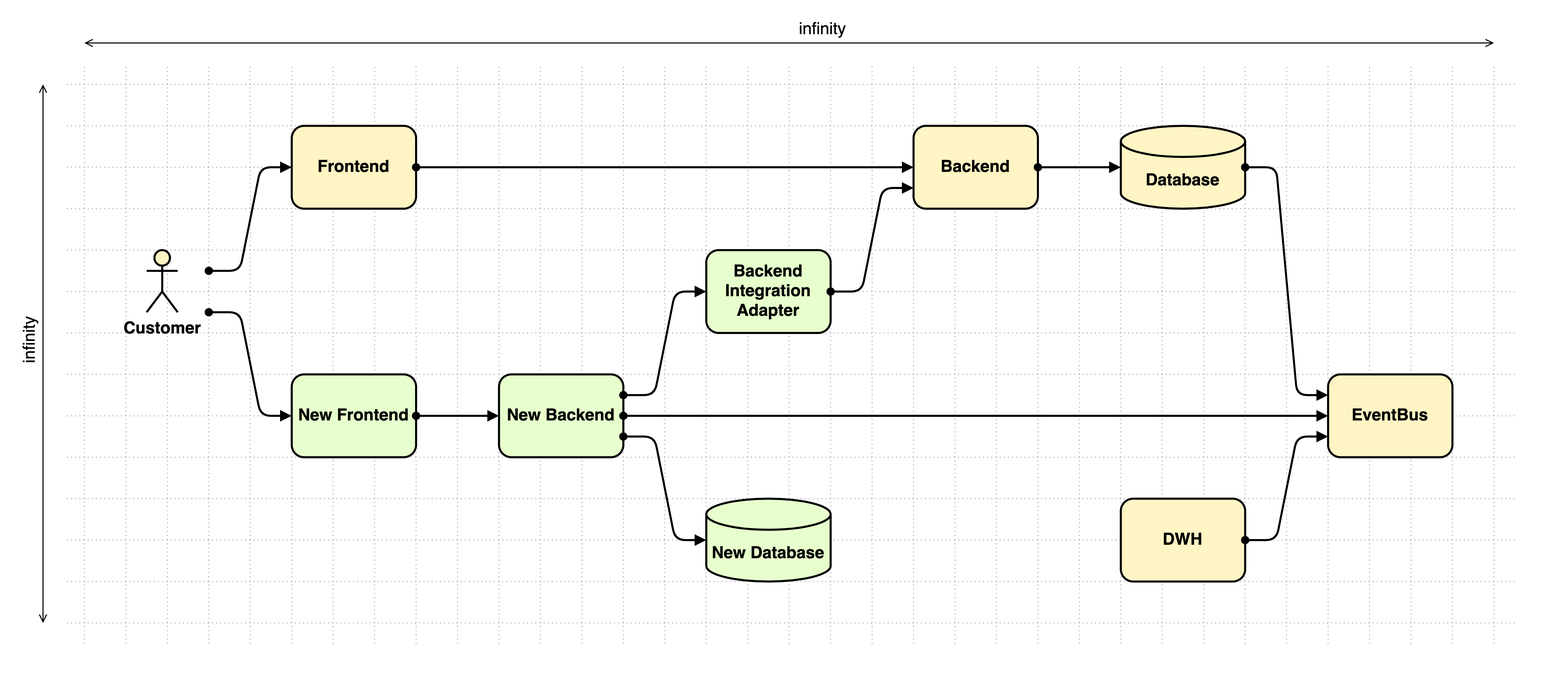
martinleggewie/visual-tips-for-creating-schematic-diagrams keeps this draw.io diagram as diagrams/canvas-guideline_infinite-space_9.png. Above is the earlier version. Source tidied: cells renumbered, new cells last; positions are measured from the earlier drawing's top-left corner, leaving out a move shared by most shapes.
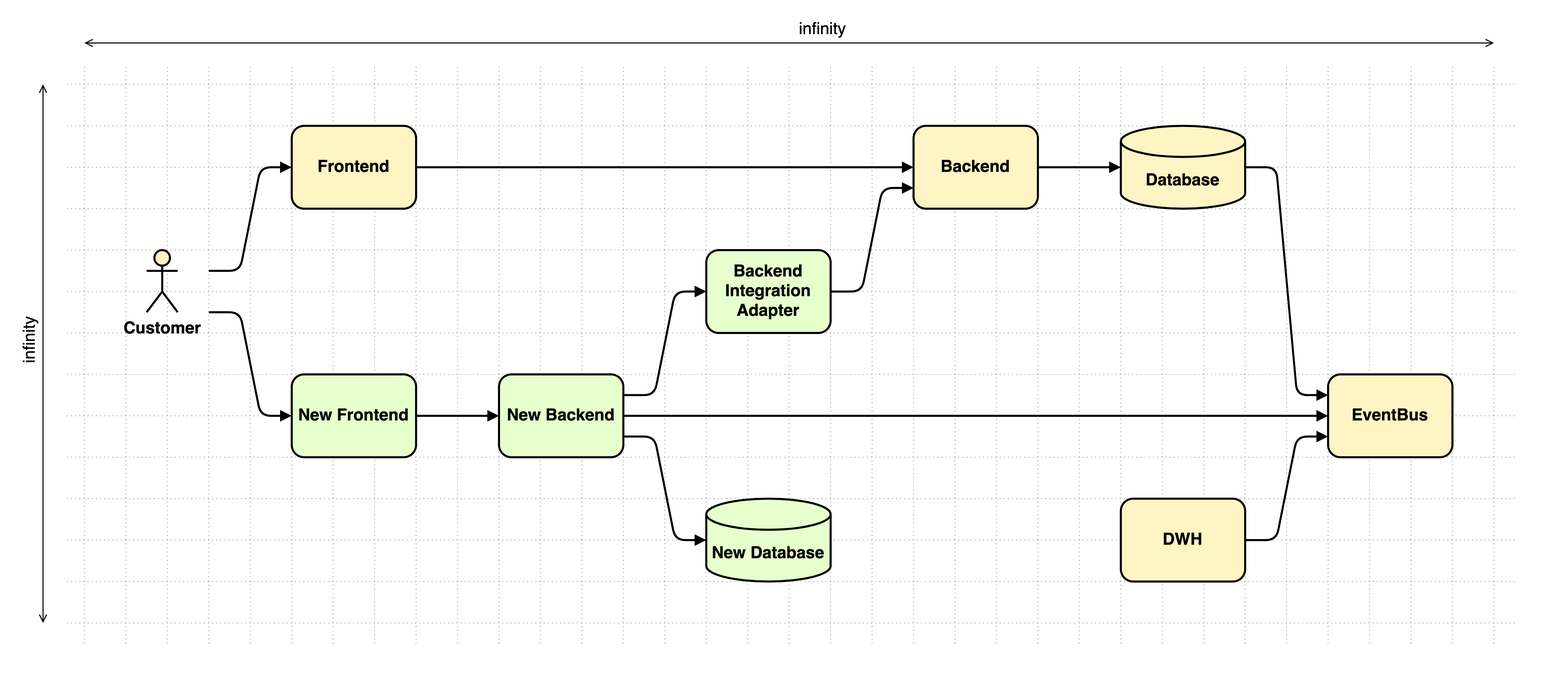
Above is the later version.

Change to the diagram source:
```diff
@@ -325,7 +325,7 @@
     <mxCell id="59" value="New Backend" style="rounded=1;whiteSpace=wrap;html=1;strokeWidth=2;fontSize=16;fontStyle=1;fillColor=#E6FFCC;" parent="58" vertex="1">
       <mxGeometry x="480" y="360" width="120" height="80" as="geometry" />
     </mxCell>
-    <mxCell id="60" style="edgeStyle=none;rounded=0;jettySize=auto;html=1;startArrow=oval;startFill=1;endArrow=block;endFill=1;strokeWidth=2;fontSize=16;" parent="58" edge="1" source="59" target="77">
+    <mxCell id="60" style="edgeStyle=none;rounded=0;jettySize=auto;html=1;startArrow=none;startFill=0;endArrow=block;endFill=1;strokeWidth=2;fontSize=16;" parent="58" edge="1" source="59" target="77">
       <mxGeometry relative="1" as="geometry" />
     </mxCell>
     <mxCell id="61" value="Database" style="shape=cylinder3;whiteSpace=wrap;html=1;boundedLbl=1;backgroundOutline=1;size=15;strokeWidth=2;fontSize=16;verticalAlign=middle;labelPosition=center;verticalLabelPosition=middle;align=center;fontStyle=1;fillColor=#FFF4C3;spacingLeft=0;" parent="58" vertex="1">
@@ -340,10 +340,10 @@
     <mxCell id="64" value="Backend" style="rounded=1;whiteSpace=wrap;html=1;strokeWidth=2;fontSize=16;fontStyle=1;fillColor=#FFF4C3;" parent="58" vertex="1">
       <mxGeometry x="880" y="120" width="120" height="80" as="geometry" />
     </mxCell>
-    <mxCell id="65" style="rounded=0;jettySize=auto;html=1;fontSize=16;endArrow=block;endFill=1;startArrow=oval;startFill=1;strokeWidth=2;" parent="58" edge="1" source="63" target="64">
+    <mxCell id="65" style="rounded=0;jettySize=auto;html=1;fontSize=16;endArrow=block;endFill=1;startArrow=none;startFill=0;strokeWidth=2;" parent="58" edge="1" source="63" target="64">
       <mxGeometry relative="1" as="geometry" />
     </mxCell>
-    <mxCell id="66" style="edgeStyle=none;rounded=1;jettySize=auto;html=1;startArrow=oval;startFill=1;endArrow=block;endFill=1;strokeWidth=2;fontSize=16;entryX=0;entryY=0.5;entryDx=0;entryDy=0;" parent="58" edge="1" target="63">
+    <mxCell id="66" style="edgeStyle=none;rounded=1;jettySize=auto;html=1;startArrow=none;startFill=0;endArrow=block;endFill=1;strokeWidth=2;fontSize=16;entryX=0;entryY=0.5;entryDx=0;entryDy=0;" parent="58" edge="1" target="63">
       <mxGeometry relative="1" as="geometry">
         <mxPoint x="200" y="260" as="sourcePoint" />
         <Array as="points">
@@ -355,7 +355,7 @@
     <mxCell id="67" value="Customer" style="shape=umlActor;verticalLabelPosition=bottom;verticalAlign=top;html=1;fontSize=16;strokeWidth=2;fontStyle=1;fillColor=#FFF4C3;" parent="58" vertex="1">
       <mxGeometry x="140" y="240" width="30" height="60" as="geometry" />
     </mxCell>
-    <mxCell id="68" style="edgeStyle=none;rounded=1;jettySize=auto;html=1;startArrow=oval;startFill=1;endArrow=block;endFill=1;strokeWidth=2;fontSize=16;entryX=0;entryY=0.25;entryDx=0;entryDy=0;" parent="58" edge="1" source="61" target="77">
+    <mxCell id="68" style="edgeStyle=none;rounded=1;jettySize=auto;html=1;startArrow=none;startFill=0;endArrow=block;endFill=1;strokeWidth=2;fontSize=16;entryX=0;entryY=0.25;entryDx=0;entryDy=0;" parent="58" edge="1" source="61" target="77">
       <mxGeometry relative="1" as="geometry">
         <Array as="points">
           <mxPoint x="1230" y="160" />
@@ -364,16 +364,16 @@
         </Array>
       </mxGeometry>
     </mxCell>
-    <mxCell id="69" style="edgeStyle=none;rounded=0;jettySize=auto;html=1;startArrow=oval;startFill=1;endArrow=block;endFill=1;strokeWidth=2;fontSize=16;" parent="58" edge="1" source="64" target="61">
+    <mxCell id="69" style="edgeStyle=none;rounded=0;jettySize=auto;html=1;startArrow=none;startFill=0;endArrow=block;endFill=1;strokeWidth=2;fontSize=16;" parent="58" edge="1" source="64" target="61">
       <mxGeometry relative="1" as="geometry" />
     </mxCell>
     <mxCell id="70" value="New Frontend" style="rounded=1;whiteSpace=wrap;html=1;strokeWidth=2;fontSize=16;fontStyle=1;fillColor=#E6FFCC;" parent="58" vertex="1">
       <mxGeometry x="280" y="360" width="120" height="80" as="geometry" />
     </mxCell>
-    <mxCell id="71" style="rounded=0;jettySize=auto;html=1;fontSize=16;endArrow=block;endFill=1;startArrow=oval;startFill=1;strokeWidth=2;" parent="58" edge="1" source="70" target="59">
+    <mxCell id="71" style="rounded=0;jettySize=auto;html=1;fontSize=16;endArrow=block;endFill=1;startArrow=none;startFill=0;strokeWidth=2;" parent="58" edge="1" source="70" target="59">
       <mxGeometry relative="1" as="geometry" />
     </mxCell>
-    <mxCell id="72" style="edgeStyle=none;rounded=1;jettySize=auto;html=1;startArrow=oval;startFill=1;endArrow=block;endFill=1;strokeWidth=2;fontSize=16;exitX=1;exitY=0.75;exitDx=0;exitDy=0;entryX=0;entryY=0.5;entryDx=0;entryDy=0;entryPerimeter=0;" parent="58" edge="1" source="59" target="79">
+    <mxCell id="72" style="edgeStyle=none;rounded=1;jettySize=auto;html=1;startArrow=none;startFill=0;endArrow=block;endFill=1;strokeWidth=2;fontSize=16;exitX=1;exitY=0.75;exitDx=0;exitDy=0;entryX=0;entryY=0.5;entryDx=0;entryDy=0;entryPerimeter=0;" parent="58" edge="1" source="59" target="79">
       <mxGeometry relative="1" as="geometry">
         <Array as="points">
           <mxPoint x="630" y="420" />
@@ -382,7 +382,7 @@
         </Array>
       </mxGeometry>
     </mxCell>
-    <mxCell id="73" style="edgeStyle=none;rounded=1;jettySize=auto;html=1;startArrow=oval;startFill=1;endArrow=block;endFill=1;strokeWidth=2;fontSize=16;entryX=0;entryY=0.5;entryDx=0;entryDy=0;" parent="58" edge="1" target="70">
+    <mxCell id="73" style="edgeStyle=none;rounded=1;jettySize=auto;html=1;startArrow=none;startFill=0;endArrow=block;endFill=1;strokeWidth=2;fontSize=16;entryX=0;entryY=0.5;entryDx=0;entryDy=0;" parent="58" edge="1" target="70">
       <mxGeometry relative="1" as="geometry">
         <mxPoint x="200" y="300" as="sourcePoint" />
         <Array as="points">
@@ -394,7 +394,7 @@
     <mxCell id="74" value="Backend Integration Adapter" style="rounded=1;whiteSpace=wrap;html=1;strokeWidth=2;fontSize=16;fontStyle=1;fillColor=#E6FFCC;" parent="58" vertex="1">
       <mxGeometry x="680" y="240" width="120" height="80" as="geometry" />
     </mxCell>
-    <mxCell id="75" style="rounded=1;jettySize=auto;html=1;fontSize=16;endArrow=block;endFill=1;startArrow=oval;startFill=1;strokeWidth=2;exitX=1;exitY=0.25;exitDx=0;exitDy=0;entryX=0;entryY=0.5;entryDx=0;entryDy=0;" parent="58" edge="1" source="59" target="74">
+    <mxCell id="75" style="rounded=1;jettySize=auto;html=1;fontSize=16;endArrow=block;endFill=1;startArrow=none;startFill=0;strokeWidth=2;exitX=1;exitY=0.25;exitDx=0;exitDy=0;entryX=0;entryY=0.5;entryDx=0;entryDy=0;" parent="58" edge="1" source="59" target="74">
       <mxGeometry relative="1" as="geometry">
         <Array as="points">
           <mxPoint x="630" y="380" />
@@ -403,7 +403,7 @@
         </Array>
       </mxGeometry>
     </mxCell>
-    <mxCell id="76" style="rounded=1;jettySize=auto;html=1;fontSize=16;endArrow=block;endFill=1;startArrow=oval;startFill=1;strokeWidth=2;entryX=0;entryY=0.75;entryDx=0;entryDy=0;exitX=1;exitY=0.5;exitDx=0;exitDy=0;" parent="58" edge="1" source="74" target="64">
+    <mxCell id="76" style="rounded=1;jettySize=auto;html=1;fontSize=16;endArrow=block;endFill=1;startArrow=none;startFill=0;strokeWidth=2;entryX=0;entryY=0.75;entryDx=0;entryDy=0;exitX=1;exitY=0.5;exitDx=0;exitDy=0;" parent="58" edge="1" source="74" target="64">
       <mxGeometry relative="1" as="geometry">
         <Array as="points">
           <mxPoint x="830" y="280" />
@@ -414,7 +414,7 @@
     <mxCell id="77" value="EventBus" style="rounded=1;whiteSpace=wrap;html=1;strokeWidth=2;fontSize=16;fontStyle=1;fillColor=#FFF4C3;" parent="58" vertex="1">
       <mxGeometry x="1280" y="360" width="120" height="80" as="geometry" />
     </mxCell>
-    <mxCell id="78" style="edgeStyle=none;rounded=1;jettySize=auto;html=1;startArrow=oval;startFill=1;endArrow=block;endFill=1;strokeWidth=2;fontSize=16;entryX=0;entryY=0.75;entryDx=0;entryDy=0;" parent="58" edge="1" source="62" target="77">
+    <mxCell id="78" style="edgeStyle=none;rounded=1;jettySize=auto;html=1;startArrow=none;startFill=0;endArrow=block;endFill=1;strokeWidth=2;fontSize=16;entryX=0;entryY=0.75;entryDx=0;entryDy=0;" parent="58" edge="1" source="62" target="77">
       <mxGeometry relative="1" as="geometry">
         <Array as="points">
           <mxPoint x="1230" y="520" />
```
